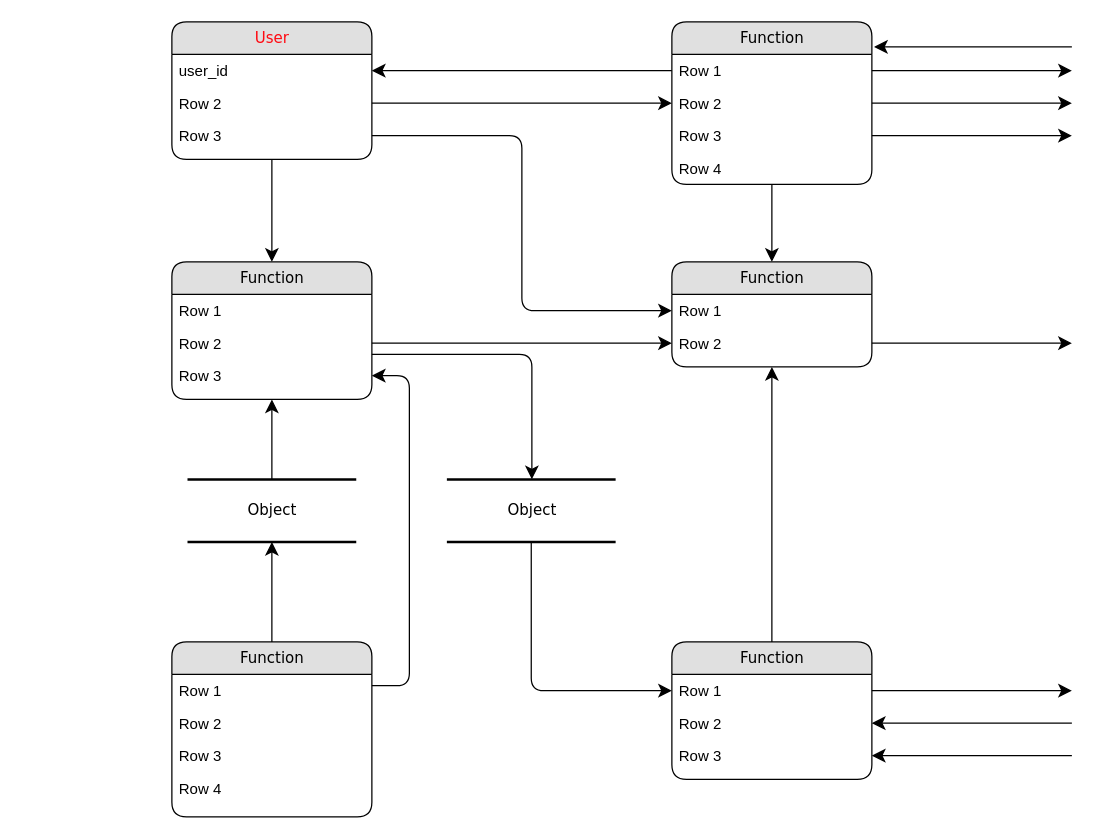
TEZv/TEZv_desc keeps this draw.io diagram as Untitled Diagram.drawio. Above is the earlier version. Source tidied: cells renumbered, new cells numbered last; positions are measured from the earlier drawing's top-left corner, leaving out a move shared by most shapes. Both pictures are drawn from the tidied source at 125%, with x=0, y=0 at pixel (171, 21).
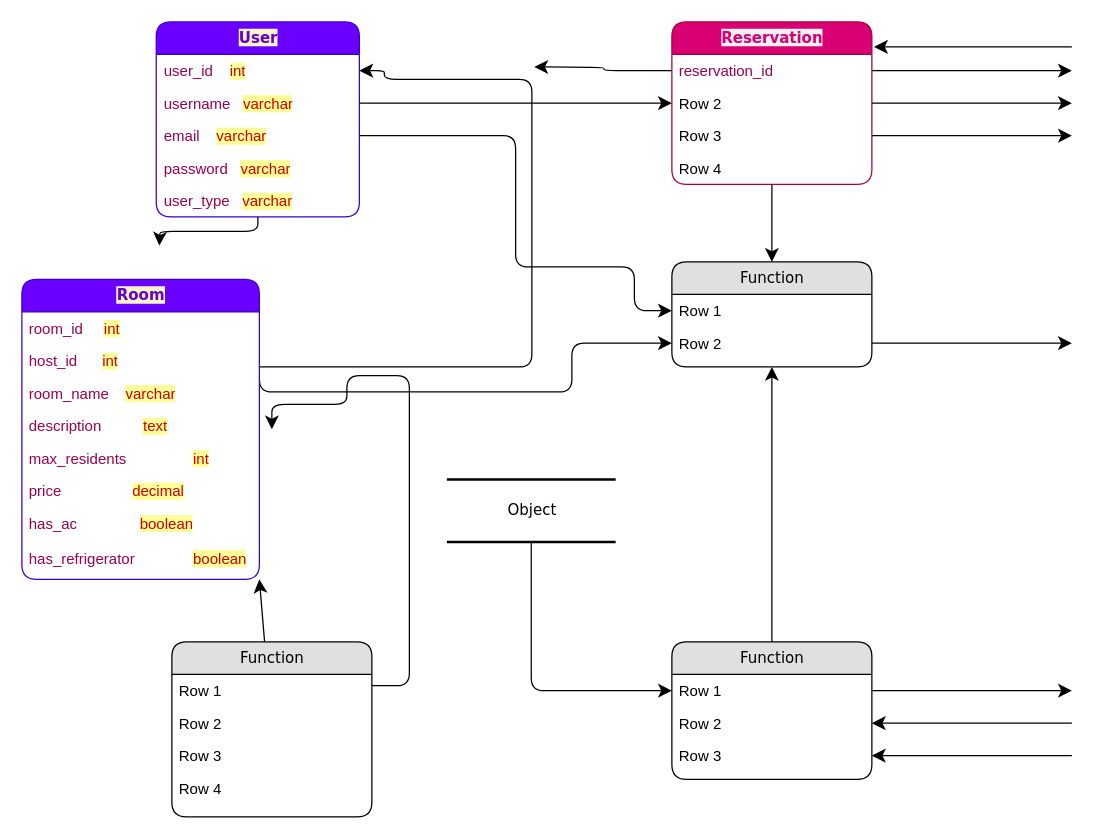
Above is the later version.

The change refers to these unchanged cells:
```xml
<mxCell id="16" value="Function" style="swimlane;html=1;fontStyle=0;horizontal=1;startSize=26;fillColor=#e0e0e0;swimlaneFillColor=#ffffff;align=center;rounded=1;shadow=0;comic=0;labelBackgroundColor=none;strokeWidth=1;fontFamily=Verdana;fontSize=12;" parent="1" vertex="1">
  <mxGeometry y="496" width="160" height="140" as="geometry" />
</mxCell>
<mxCell id="22" value="Row 1" style="text;html=1;strokeColor=none;fillColor=none;spacingLeft=4;spacingRight=4;whiteSpace=wrap;overflow=hidden;points=[[0,0.5],[1,0.5]];portConstraint=eastwest;" parent="21" vertex="1">
  <mxGeometry y="26" width="160" height="26" as="geometry" />
</mxCell>
<mxCell id="23" value="Row 2" style="text;html=1;strokeColor=none;fillColor=none;spacingLeft=4;spacingRight=4;whiteSpace=wrap;overflow=hidden;points=[[0,0.5],[1,0.5]];portConstraint=eastwest;" parent="21" vertex="1">
  <mxGeometry y="52" width="160" height="26" as="geometry" />
</mxCell>
<mxCell id="28" value="Object" style="html=1;rounded=0;shadow=0;comic=0;labelBackgroundColor=none;strokeWidth=2;fontFamily=Verdana;fontSize=12;align=center;shape=mxgraph.ios7ui.horLines;" parent="1" vertex="1">
  <mxGeometry x="220" y="366" width="135" height="50" as="geometry" />
</mxCell>
```

Change to the diagram source:
```diff
@@
-    <mxCell id="2" value="Object" style="html=1;rounded=0;shadow=0;comic=0;labelBackgroundColor=none;strokeWidth=2;fontFamily=Verdana;fontSize=12;align=center;shape=mxgraph.ios7ui.horLines;" parent="1" vertex="1">
-      <mxGeometry x="12.5" y="366" width="135" height="50" as="geometry" />
-    </mxCell>
-    <mxCell id="3" value="&lt;font color=&quot;#ff0a12&quot;&gt;User &lt;/font&gt;" style="swimlane;html=1;fontStyle=0;horizontal=1;startSize=26;fillColor=#e0e0e0;swimlaneFillColor=#ffffff;align=center;rounded=1;shadow=0;comic=0;labelBackgroundColor=none;strokeWidth=1;fontFamily=Verdana;fontSize=12;" parent="1" vertex="1">
-      <mxGeometry width="160" height="110" as="geometry" />
+    <mxCell id="3" value="&lt;b style=&quot;background-color: rgb(255, 244, 195);&quot;&gt;&lt;font color=&quot;#6600cc&quot;&gt;User &lt;/font&gt;&lt;/b&gt;" style="swimlane;html=1;fontStyle=0;horizontal=1;startSize=26;fillColor=#6a00ff;swimlaneFillColor=#ffffff;align=center;rounded=1;shadow=0;comic=0;labelBackgroundColor=none;strokeWidth=1;fontFamily=Verdana;fontSize=12;fontColor=#ffffff;strokeColor=#3700CC;" parent="1" vertex="1">
+      <mxGeometry x="-12.5" width="162.5" height="156" as="geometry" />
     </mxCell>
-    <mxCell id="4" value=" user_id " style="text;html=1;strokeColor=none;fillColor=none;spacingLeft=4;spacingRight=4;whiteSpace=wrap;overflow=hidden;points=[[0,0.5],[1,0.5]];portConstraint=eastwest;" parent="3" vertex="1">
-      <mxGeometry y="26" width="160" height="26" as="geometry" />
+    <mxCell id="4" value="&lt;div style=&quot;text-align: right;&quot;&gt;&lt;font style=&quot;background-color: initial;&quot; color=&quot;#99004d&quot;&gt;user_id&lt;span style=&quot;white-space: pre;&quot;&gt; &lt;/span&gt;&lt;span style=&quot;white-space: pre;&quot;&gt; &lt;/span&gt;&lt;span style=&quot;white-space: pre;&quot;&gt; &lt;/span&gt;&lt;span style=&quot;white-space: pre;&quot;&gt; &lt;/span&gt;&lt;/font&gt;&lt;font style=&quot;background-color: rgb(255, 255, 153);&quot; color=&quot;#cc0000&quot;&gt;int&lt;/font&gt;&lt;/div&gt;" style="text;html=1;strokeColor=none;fillColor=none;spacingLeft=4;spacingRight=4;whiteSpace=wrap;overflow=hidden;points=[[0,0.5],[1,0.5]];portConstraint=eastwest;" parent="3" vertex="1">
+      <mxGeometry y="26" width="162.5" height="26" as="geometry" />
     </mxCell>
-    <mxCell id="5" value="Row 2" style="text;html=1;strokeColor=none;fillColor=none;spacingLeft=4;spacingRight=4;whiteSpace=wrap;overflow=hidden;points=[[0,0.5],[1,0.5]];portConstraint=eastwest;" parent="3" vertex="1">
-      <mxGeometry y="52" width="160" height="26" as="geometry" />
+    <mxCell id="5" value="&lt;font color=&quot;#99004d&quot;&gt;username&amp;nbsp;&lt;/font&gt;&lt;span style=&quot;color: rgb(153, 0, 77); white-space: pre;&quot;&gt; &lt;/span&gt;&lt;span style=&quot;color: rgb(153, 0, 77); white-space: pre;&quot;&gt; &lt;/span&gt;&lt;font color=&quot;#cc0000&quot;&gt;&lt;span style=&quot;background-color: rgb(255, 255, 153);&quot;&gt;varchar&lt;/span&gt;&lt;/font&gt;" style="text;html=1;strokeColor=none;fillColor=none;spacingLeft=4;spacingRight=4;whiteSpace=wrap;overflow=hidden;points=[[0,0.5],[1,0.5]];portConstraint=eastwest;" parent="3" vertex="1">
+      <mxGeometry y="52" width="162.5" height="26" as="geometry" />
     </mxCell>
-    <mxCell id="6" value="Row 3" style="text;html=1;strokeColor=none;fillColor=none;spacingLeft=4;spacingRight=4;whiteSpace=wrap;overflow=hidden;points=[[0,0.5],[1,0.5]];portConstraint=eastwest;" parent="3" vertex="1">
-      <mxGeometry y="78" width="160" height="26" as="geometry" />
+    <mxCell id="6" value="&lt;font color=&quot;#99004d&quot;&gt;email &lt;span style=&quot;white-space: pre;&quot;&gt; &lt;/span&gt;&lt;span style=&quot;white-space: pre;&quot;&gt; &lt;/span&gt;&lt;span style=&quot;white-space: pre;&quot;&gt; &lt;/span&gt;&lt;/font&gt;&lt;font style=&quot;background-color: rgb(255, 255, 153);&quot; color=&quot;#cc0000&quot;&gt;varchar&lt;/font&gt;" style="text;html=1;strokeColor=none;fillColor=none;spacingLeft=4;spacingRight=4;whiteSpace=wrap;overflow=hidden;points=[[0,0.5],[1,0.5]];portConstraint=eastwest;" parent="3" vertex="1">
+      <mxGeometry y="78" width="162.5" height="26" as="geometry" />
     </mxCell>
+    <mxCell id="49" value="&lt;sup&gt;&lt;font style=&quot;font-size: 12px;&quot;&gt;&lt;font color=&quot;#99004d&quot;&gt;password &lt;span style=&quot;white-space: pre;&quot;&gt; &lt;/span&gt;&lt;span style=&quot;white-space: pre;&quot;&gt; &lt;/span&gt;&lt;/font&gt;&lt;span style=&quot;background-color: rgb(255, 255, 153);&quot;&gt;&lt;font color=&quot;#cc0000&quot;&gt;varchar&lt;/font&gt;&lt;/span&gt;&lt;/font&gt;&lt;/sup&gt;" style="text;html=1;strokeColor=none;fillColor=none;spacingLeft=4;spacingRight=4;whiteSpace=wrap;overflow=hidden;" parent="3" vertex="1">
+      <mxGeometry y="104" width="162.5" height="26" as="geometry" />
+    </mxCell>
+    <mxCell id="50" value="&lt;font color=&quot;#99004d&quot;&gt;user_type &lt;span style=&quot;white-space: pre;&quot;&gt; &lt;/span&gt;&lt;span style=&quot;white-space: pre;&quot;&gt; &lt;/span&gt;&lt;/font&gt;&lt;span style=&quot;background-color: rgb(255, 255, 153);&quot;&gt;&lt;font color=&quot;#cc0000&quot;&gt;varchar&lt;/font&gt;&lt;/span&gt;" style="text;html=1;strokeColor=none;fillColor=none;spacingLeft=4;spacingRight=4;whiteSpace=wrap;overflow=hidden;" parent="3" vertex="1">
+      <mxGeometry y="130" width="162.5" height="26" as="geometry" />
+    </mxCell>
-    <mxCell id="7" value="Function" style="swimlane;html=1;fontStyle=0;horizontal=1;startSize=26;fillColor=#e0e0e0;swimlaneFillColor=#ffffff;align=center;rounded=1;shadow=0;comic=0;labelBackgroundColor=none;strokeWidth=1;fontFamily=Verdana;fontSize=12;" parent="1" vertex="1">
+    <mxCell id="7" value="&lt;b style=&quot;background-color: rgb(240, 240, 240);&quot;&gt;&lt;font color=&quot;#d80073&quot;&gt;Reservation&lt;/font&gt;&lt;/b&gt;" style="swimlane;html=1;fontStyle=0;horizontal=1;startSize=26;fillColor=#D80073;swimlaneFillColor=#ffffff;align=center;rounded=1;shadow=0;comic=0;labelBackgroundColor=none;strokeWidth=1;fontFamily=Verdana;fontSize=12;fontColor=#ffffff;strokeColor=#A50040;" parent="1" vertex="1">
       <mxGeometry x="400" width="160" height="130" as="geometry" />
     </mxCell>
-    <mxCell id="8" value="Row 1" style="text;html=1;strokeColor=none;fillColor=none;spacingLeft=4;spacingRight=4;whiteSpace=wrap;overflow=hidden;points=[[0,0.5],[1,0.5]];portConstraint=eastwest;" parent="7" vertex="1">
+    <mxCell id="8" value="&lt;font color=&quot;#99004d&quot;&gt;reservation_id &lt;/font&gt;" style="text;html=1;strokeColor=none;fillColor=none;spacingLeft=4;spacingRight=4;whiteSpace=wrap;overflow=hidden;points=[[0,0.5],[1,0.5]];portConstraint=eastwest;" parent="7" vertex="1">
       <mxGeometry y="26" width="160" height="26" as="geometry" />
     </mxCell>
@@
-    <mxCell id="12" value="Function" style="swimlane;html=1;fontStyle=0;horizontal=1;startSize=26;fillColor=#e0e0e0;swimlaneFillColor=#ffffff;align=center;rounded=1;shadow=0;comic=0;labelBackgroundColor=none;strokeWidth=1;fontFamily=Verdana;fontSize=12;" parent="1" vertex="1">
-      <mxGeometry y="192" width="160" height="110" as="geometry" />
-    </mxCell>
-    <mxCell id="13" value="Row 1" style="text;html=1;strokeColor=none;fillColor=none;spacingLeft=4;spacingRight=4;whiteSpace=wrap;overflow=hidden;" parent="12" vertex="1">
-      <mxGeometry y="26" width="160" height="26" as="geometry" />
-    </mxCell>
-    <mxCell id="14" value="Row 2" style="text;html=1;strokeColor=none;fillColor=none;spacingLeft=4;spacingRight=4;whiteSpace=wrap;overflow=hidden;points=[[0,0.5],[1,0.5]];portConstraint=eastwest;" parent="12" vertex="1">
-      <mxGeometry y="52" width="160" height="26" as="geometry" />
-    </mxCell>
-    <mxCell id="15" value="Row 3" style="text;html=1;strokeColor=none;fillColor=none;spacingLeft=4;spacingRight=4;whiteSpace=wrap;overflow=hidden;points=[[0,0.5],[1,0.5]];portConstraint=eastwest;" parent="12" vertex="1">
-      <mxGeometry y="78" width="160" height="26" as="geometry" />
-    </mxCell>
@@
-    <mxCell id="29" style="edgeStyle=none;html=1;labelBackgroundColor=none;startFill=0;startSize=8;endFill=1;endSize=8;fontFamily=Verdana;fontSize=12;" parent="1" edge="1" source="16" target="2">
+    <mxCell id="29" style="edgeStyle=none;html=1;labelBackgroundColor=none;startFill=0;startSize=8;endFill=1;endSize=8;fontFamily=Verdana;fontSize=12;entryX=1;entryY=1;entryDx=0;entryDy=0;" parent="1" edge="1" source="16" target="51">
       <mxGeometry relative="1" as="geometry" />
     </mxCell>
-    <mxCell id="30" style="edgeStyle=none;html=1;labelBackgroundColor=none;startFill=0;startSize=8;endFill=1;endSize=8;fontFamily=Verdana;fontSize=12;" parent="1" edge="1" source="2" target="12">
-      <mxGeometry relative="1" as="geometry" />
-    </mxCell>
-    <mxCell id="31" style="edgeStyle=orthogonalEdgeStyle;html=1;labelBackgroundColor=none;startFill=0;startSize=8;endFill=1;endSize=8;fontFamily=Verdana;fontSize=12;exitX=1;exitY=0.25;entryX=1;entryY=0.5;" parent="1" edge="1" source="16" target="15">
+    <mxCell id="31" style="edgeStyle=orthogonalEdgeStyle;html=1;labelBackgroundColor=none;startFill=0;startSize=8;endFill=1;endSize=8;fontFamily=Verdana;fontSize=12;exitX=1;exitY=0.25;" parent="1" edge="1" source="16">
       <mxGeometry relative="1" as="geometry">
+        <mxPoint x="80" y="326" as="targetPoint" />
         <Array as="points">
           <mxPoint x="190" y="531" />
           <mxPoint x="190" y="283" />
+          <mxPoint x="140" y="283" />
+          <mxPoint x="140" y="306" />
+          <mxPoint x="80" y="306" />
         </Array>
       </mxGeometry>
     </mxCell>
@@
-    <mxCell id="33" style="edgeStyle=orthogonalEdgeStyle;html=1;labelBackgroundColor=none;startFill=0;startSize=8;endFill=1;endSize=8;fontFamily=Verdana;fontSize=12;" parent="1" edge="1" source="12" target="28">
+    <mxCell id="33" style="edgeStyle=orthogonalEdgeStyle;html=1;labelBackgroundColor=none;startFill=0;startSize=8;endFill=1;endSize=8;fontFamily=Verdana;fontSize=12;" parent="1" edge="1" source="53" target="4">
       <mxGeometry relative="1" as="geometry">
         <Array as="points">
-          <mxPoint x="288" y="266" />
+          <mxPoint x="288" y="276" />
+          <mxPoint x="288" y="46" />
+          <mxPoint x="170" y="46" />
+          <mxPoint x="170" y="39" />
         </Array>
       </mxGeometry>
     </mxCell>
-    <mxCell id="34" style="edgeStyle=orthogonalEdgeStyle;html=1;labelBackgroundColor=none;startFill=0;startSize=8;endFill=1;endSize=8;fontFamily=Verdana;fontSize=12;" parent="1" edge="1" source="3" target="12">
-      <mxGeometry relative="1" as="geometry" />
+    <mxCell id="34" style="edgeStyle=orthogonalEdgeStyle;html=1;labelBackgroundColor=none;startFill=0;startSize=8;endFill=1;endSize=8;fontFamily=Verdana;fontSize=12;" parent="1" edge="1" source="3">
+      <mxGeometry relative="1" as="geometry">
+        <mxPoint x="-10" y="179" as="targetPoint" />
+      </mxGeometry>
     </mxCell>
@@
-    <mxCell id="38" style="edgeStyle=orthogonalEdgeStyle;html=1;exitX=0;exitY=0.5;entryX=1;entryY=0.5;labelBackgroundColor=none;startFill=0;startSize=8;endFill=1;endSize=8;fontFamily=Verdana;fontSize=12;" parent="1" edge="1" source="8" target="4">
-      <mxGeometry relative="1" as="geometry" />
+    <mxCell id="38" style="edgeStyle=orthogonalEdgeStyle;html=1;exitX=0;exitY=0.5;labelBackgroundColor=none;startFill=0;startSize=8;endFill=1;endSize=8;fontFamily=Verdana;fontSize=12;" parent="1" edge="1" source="8">
+      <mxGeometry relative="1" as="geometry">
+        <mxPoint x="290" y="36" as="targetPoint" />
+      </mxGeometry>
     </mxCell>
     <mxCell id="39" style="edgeStyle=orthogonalEdgeStyle;html=1;exitX=1;exitY=0.5;entryX=0;entryY=0.5;labelBackgroundColor=none;startFill=0;startSize=8;endFill=1;endSize=8;fontFamily=Verdana;fontSize=12;" parent="1" edge="1" source="6" target="22">
-      <mxGeometry relative="1" as="geometry" />
+      <mxGeometry relative="1" as="geometry">
+        <Array as="points">
+          <mxPoint x="275" y="91" />
+          <mxPoint x="275" y="196" />
+          <mxPoint x="370" y="196" />
+          <mxPoint x="370" y="231" />
+        </Array>
+      </mxGeometry>
     </mxCell>
-    <mxCell id="40" style="edgeStyle=orthogonalEdgeStyle;html=1;exitX=1;exitY=0.5;entryX=0;entryY=0.5;labelBackgroundColor=none;startFill=0;startSize=8;endFill=1;endSize=8;fontFamily=Verdana;fontSize=12;" parent="1" edge="1" source="14" target="23">
-      <mxGeometry relative="1" as="geometry" />
+    <mxCell id="40" style="edgeStyle=orthogonalEdgeStyle;html=1;exitX=1;exitY=0.5;entryX=0;entryY=0.5;labelBackgroundColor=none;startFill=0;startSize=8;endFill=1;endSize=8;fontFamily=Verdana;fontSize=12;" parent="1" edge="1" target="23">
+      <mxGeometry relative="1" as="geometry">
+        <mxPoint x="70" y="244" as="sourcePoint" />
+        <Array as="points">
+          <mxPoint x="70" y="296" />
+          <mxPoint x="320" y="296" />
+          <mxPoint x="320" y="257" />
+        </Array>
+      </mxGeometry>
     </mxCell>
@@
+    <mxCell id="51" value="&lt;font color=&quot;#6600cc&quot;&gt;&lt;span style=&quot;background-color: rgb(255, 244, 195);&quot;&gt;&lt;b&gt;Room&lt;/b&gt;&lt;/span&gt;&lt;/font&gt;" style="swimlane;html=1;fontStyle=0;horizontal=1;startSize=26;fillColor=#6a00ff;swimlaneFillColor=#ffffff;align=center;rounded=1;shadow=0;comic=0;labelBackgroundColor=none;strokeWidth=1;fontFamily=Verdana;fontSize=12;fontColor=#ffffff;strokeColor=#3700CC;" parent="1" vertex="1">
+      <mxGeometry x="-120" y="206" width="190" height="240" as="geometry" />
+    </mxCell>
+    <mxCell id="52" value="&lt;div style=&quot;text-align: right;&quot;&gt;&lt;font style=&quot;background-color: initial;&quot; color=&quot;#99004d&quot;&gt;room_id&lt;span style=&quot;white-space: pre;&quot;&gt; &lt;/span&gt;&lt;span style=&quot;white-space: pre;&quot;&gt; &lt;/span&gt;&lt;span style=&quot;white-space: pre;&quot;&gt; &lt;/span&gt;&lt;span style=&quot;white-space: pre;&quot;&gt; &lt;span style=&quot;white-space: pre;&quot;&gt; &lt;/span&gt;&lt;/span&gt;&lt;/font&gt;&lt;font style=&quot;background-color: rgb(255, 255, 153);&quot; color=&quot;#cc0000&quot;&gt;int&lt;/font&gt;&lt;/div&gt;" style="text;html=1;strokeColor=none;fillColor=none;spacingLeft=4;spacingRight=4;whiteSpace=wrap;overflow=hidden;" parent="51" vertex="1">
+      <mxGeometry y="26" width="190" height="26" as="geometry" />
+    </mxCell>
+    <mxCell id="53" value="&lt;font color=&quot;#99004d&quot;&gt;host_id&amp;nbsp;&lt;/font&gt;&lt;span style=&quot;color: rgb(153, 0, 77); white-space: pre;&quot;&gt; &lt;/span&gt;&lt;span style=&quot;white-space: pre;&quot;&gt;&lt;font color=&quot;#99004d&quot;&gt; &lt;/font&gt;&lt;span style=&quot;color: rgb(153, 0, 77); white-space: pre;&quot;&gt; &lt;span style=&quot;white-space: pre;&quot;&gt; &lt;/span&gt;&lt;span style=&quot;white-space: pre;&quot;&gt; &lt;/span&gt;&lt;/span&gt;&lt;font color=&quot;#cc0000&quot;&gt;&lt;span style=&quot;background-color: rgb(255, 255, 153);&quot;&gt;int&lt;/span&gt;&lt;/font&gt;&lt;/span&gt;" style="text;html=1;strokeColor=none;fillColor=none;spacingLeft=4;spacingRight=4;whiteSpace=wrap;overflow=hidden;points=[[0,0.5],[1,0.5]];portConstraint=eastwest;" parent="51" vertex="1">
+      <mxGeometry y="52" width="190" height="26" as="geometry" />
+    </mxCell>
+    <mxCell id="54" value="&lt;font color=&quot;#99004d&quot;&gt; room_name&lt;span style=&quot;white-space: pre;&quot;&gt;&amp;nbsp;&lt;span style=&quot;white-space: pre;&quot;&gt; &lt;/span&gt;&lt;span style=&quot;white-space: pre;&quot;&gt; &lt;/span&gt;&lt;span style=&quot;white-space: pre;&quot;&gt; &lt;/span&gt;&lt;/span&gt;&lt;/font&gt;&lt;font style=&quot;background-color: rgb(255, 255, 153);&quot; color=&quot;#cc0000&quot;&gt;varchar&lt;/font&gt;" style="text;html=1;strokeColor=none;fillColor=none;spacingLeft=4;spacingRight=4;whiteSpace=wrap;overflow=hidden;" parent="51" vertex="1">
+      <mxGeometry y="78" width="190" height="26" as="geometry" />
+    </mxCell>
+    <mxCell id="55" value="&lt;div style=&quot;text-align: center;&quot;&gt;&lt;sup style=&quot;&quot;&gt;&lt;font style=&quot;font-size: 12px;&quot;&gt;&lt;font color=&quot;#99004d&quot; style=&quot;background-color: rgb(255, 255, 255);&quot;&gt;description&amp;nbsp;&lt;span style=&quot;white-space: pre;&quot;&gt; &lt;/span&gt;&lt;span style=&quot;white-space: pre;&quot;&gt; &lt;/span&gt;&lt;span style=&quot;white-space: pre;&quot;&gt; &lt;/span&gt;&amp;nbsp; &amp;nbsp; &amp;nbsp;&amp;nbsp;&lt;/font&gt;&lt;font style=&quot;background-color: rgb(255, 255, 153);&quot; color=&quot;#cc0000&quot;&gt;text&lt;/font&gt;&lt;/font&gt;&lt;/sup&gt;&lt;/div&gt;" style="text;html=1;strokeColor=none;fillColor=none;spacingLeft=4;spacingRight=4;whiteSpace=wrap;overflow=hidden;" parent="51" vertex="1">
+      <mxGeometry y="104" width="190" height="26" as="geometry" />
+    </mxCell>
+    <mxCell id="56" value="&lt;font color=&quot;#99004d&quot;&gt;max_residents &amp;nbsp;&lt;span style=&quot;white-space: pre;&quot;&gt;&amp;nbsp;&amp;nbsp;&amp;nbsp;&amp;nbsp;&lt;/span&gt;&lt;/font&gt;&lt;span style=&quot;&quot;&gt;&lt;font color=&quot;#99004d&quot;&gt;&lt;span style=&quot;white-space: pre;&quot;&gt;&amp;nbsp;&amp;nbsp;&amp;nbsp;&amp;nbsp;&lt;/span&gt;&lt;span style=&quot;white-space: pre;&quot;&gt;&amp;nbsp;&amp;nbsp;&amp;nbsp;&amp;nbsp;&lt;span style=&quot;white-space: pre;&quot;&gt; &lt;/span&gt;&lt;span style=&quot;white-space: pre;&quot;&gt; &lt;/span&gt;&lt;/span&gt;&lt;/font&gt;&lt;font color=&quot;#cc0000&quot;&gt;&lt;span style=&quot;background-color: rgb(255, 255, 153);&quot;&gt;int&lt;/span&gt;&lt;/font&gt;&lt;/span&gt;" style="text;html=1;strokeColor=none;fillColor=none;spacingLeft=4;spacingRight=4;whiteSpace=wrap;overflow=hidden;" parent="51" vertex="1">
+      <mxGeometry y="130" width="190" height="26" as="geometry" />
+    </mxCell>
+    <mxCell id="57" value="&lt;font color=&quot;#99004d&quot;&gt;price &amp;nbsp;&lt;/font&gt;&lt;span style=&quot;color: rgb(153, 0, 77);&quot;&gt;&lt;span style=&quot;white-space: pre;&quot;&gt;&amp;nbsp;&amp;nbsp;&amp;nbsp;&amp;nbsp;&lt;/span&gt;&lt;/span&gt;&lt;span style=&quot;color: rgb(153, 0, 77); white-space: pre;&quot;&gt;&amp;nbsp;&amp;nbsp;&amp;nbsp;&amp;nbsp;&lt;/span&gt;&lt;span style=&quot;white-space: pre;&quot;&gt;&lt;font color=&quot;#99004d&quot;&gt;&amp;nbsp;&amp;nbsp;&amp;nbsp;&amp;nbsp;&lt;span style=&quot;white-space: pre;&quot;&gt; &lt;/span&gt;&lt;span style=&quot;white-space: pre;&quot;&gt; &lt;/span&gt;&lt;span style=&quot;white-space: pre;&quot;&gt; &lt;/span&gt;&lt;/font&gt;&lt;font color=&quot;#cc0000&quot;&gt;&lt;span style=&quot;background-color: rgb(255, 255, 153);&quot;&gt;decimal&lt;/span&gt;&lt;/font&gt;&lt;/span&gt;" style="text;html=1;strokeColor=none;fillColor=none;spacingLeft=4;spacingRight=4;whiteSpace=wrap;overflow=hidden;" parent="51" vertex="1">
+      <mxGeometry y="156" width="190" height="26" as="geometry" />
+    </mxCell>
+    <mxCell id="58" value="&lt;font color=&quot;#99004d&quot;&gt;has_ac&amp;nbsp;&lt;/font&gt;&lt;span style=&quot;color: rgb(153, 0, 77);&quot;&gt;&lt;span style=&quot;white-space: pre;&quot;&gt;&amp;nbsp;&amp;nbsp;&amp;nbsp;&amp;nbsp;&lt;/span&gt;&lt;/span&gt;&lt;span style=&quot;color: rgb(153, 0, 77); white-space: pre;&quot;&gt;&amp;nbsp;&amp;nbsp;&amp;nbsp;&amp;nbsp;&lt;/span&gt;&lt;span style=&quot;white-space: pre;&quot;&gt;&lt;font color=&quot;#99004d&quot;&gt;&amp;nbsp;&amp;nbsp;&amp;nbsp;&amp;nbsp;&lt;/font&gt;&lt;span style=&quot;color: rgb(153, 0, 77); white-space: pre;&quot;&gt; &lt;/span&gt;&lt;span style=&quot;color: rgb(153, 0, 77); white-space: pre;&quot;&gt; &lt;/span&gt;&lt;font color=&quot;#cc0000&quot;&gt;&lt;span style=&quot;background-color: rgb(255, 255, 153);&quot;&gt;boolean&lt;/span&gt;&lt;/font&gt;&lt;/span&gt;" style="text;html=1;strokeColor=none;fillColor=none;spacingLeft=4;spacingRight=4;whiteSpace=wrap;overflow=hidden;" parent="51" vertex="1">
+      <mxGeometry y="182" width="190" height="28" as="geometry" />
+    </mxCell>
+    <mxCell id="59" value="&lt;font color=&quot;#99004d&quot;&gt;has_refrigerator&amp;nbsp;&lt;/font&gt;&lt;span style=&quot;color: rgb(153, 0, 77);&quot;&gt;&lt;span style=&quot;white-space: pre;&quot;&gt;&amp;nbsp;&amp;nbsp;&amp;nbsp;&amp;nbsp;&lt;/span&gt;&lt;/span&gt;&lt;span style=&quot;color: rgb(153, 0, 77); white-space: pre;&quot;&gt;&amp;nbsp;&amp;nbsp;&amp;nbsp;&amp;nbsp;&lt;/span&gt;&lt;span style=&quot;white-space: pre;&quot;&gt;&lt;font color=&quot;#99004d&quot;&gt;&amp;nbsp;&amp;nbsp;&amp;nbsp;&amp;nbsp;&lt;/font&gt;&lt;span style=&quot;color: rgb(153, 0, 77); white-space: pre;&quot;&gt; &lt;/span&gt;&lt;font color=&quot;#cc0000&quot;&gt;&lt;span style=&quot;background-color: rgb(255, 255, 153);&quot;&gt;boolean&lt;/span&gt;&lt;/font&gt;&lt;/span&gt;" style="text;html=1;strokeColor=none;fillColor=none;spacingLeft=4;spacingRight=4;whiteSpace=wrap;overflow=hidden;" parent="51" vertex="1">
+      <mxGeometry y="210" width="190" height="28" as="geometry" />
+    </mxCell>
```
